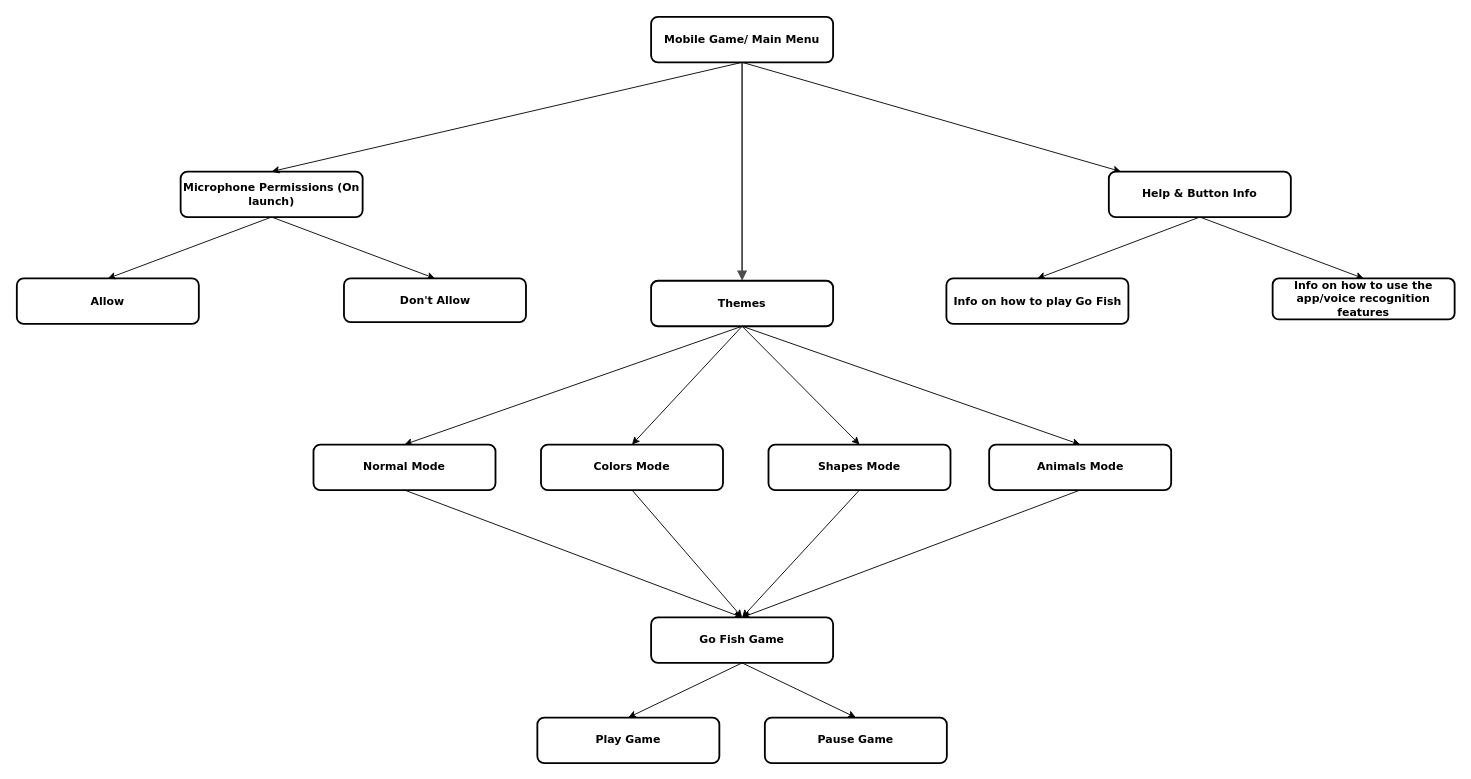
This is Game Design - Call and Return.drawio from isobonja/CS-321-Project, a draw.io file, before an edit. Source tidied: cells renumbered, new cells numbered last; positions are measured from the earlier drawing's top-left corner, leaving out a move shared by most shapes. Both pictures are drawn from the tidied source at 91%, with x=0, y=0 at pixel (16, 16).
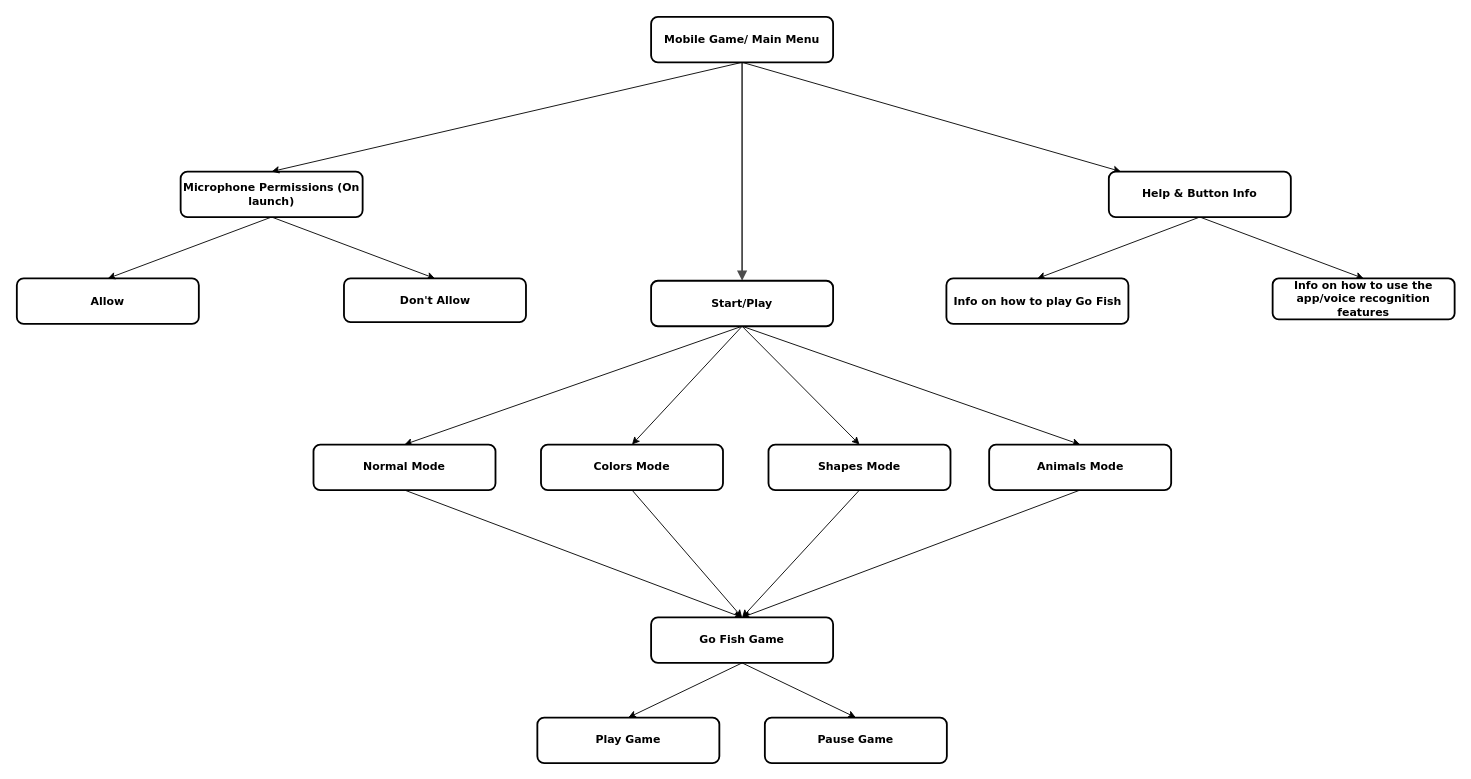
The same diagram, later.

The edit, as a diff of the source:
```diff
@@
-    <mxCell id="12" value="Themes" style="whiteSpace=wrap;html=1;rounded=1;shadow=0;comic=0;strokeWidth=2;fillColor=#ffffff;fontFamily=Verdana;align=center;fontSize=12;fontStyle=1;" parent="1" vertex="1">
+    <mxCell id="12" value="Start/Play" style="whiteSpace=wrap;html=1;rounded=1;shadow=0;comic=0;strokeWidth=2;fillColor=#ffffff;fontFamily=Verdana;align=center;fontSize=12;fontStyle=1;" parent="1" vertex="1">
       <mxGeometry x="697" y="290" width="200" height="50" as="geometry" />
     </mxCell>
```
